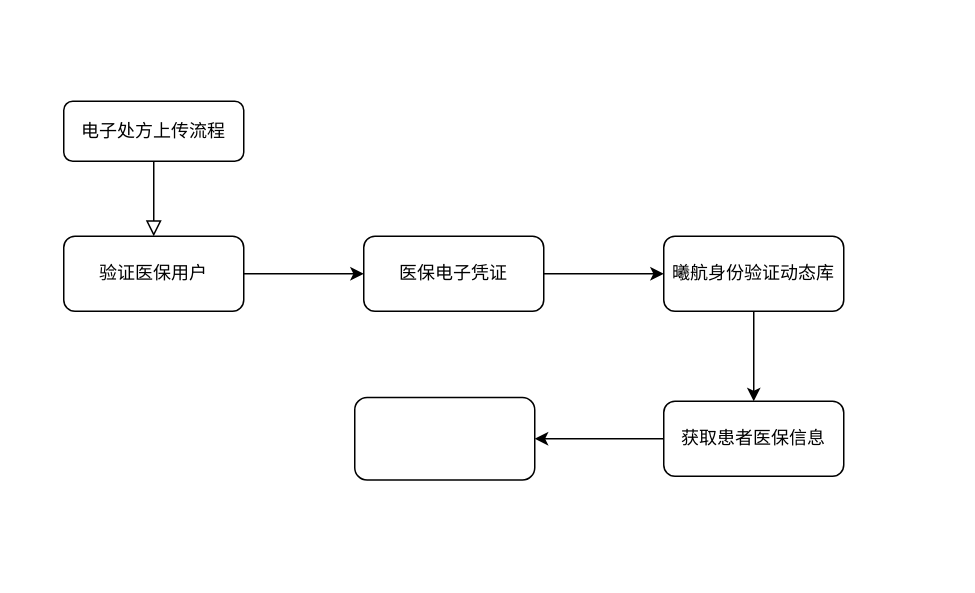
Earlier version of the draw.io diagram 未命名绘图.drawio (XLZF/Blog_Commit). Source tidied: cells renumbered, new cells numbered last; positions are measured from the earlier drawing's top-left corner, leaving out a move shared by most shapes. Both pictures are drawn from the tidied source at 150%, with x=0, y=0 at pixel (63, 100).
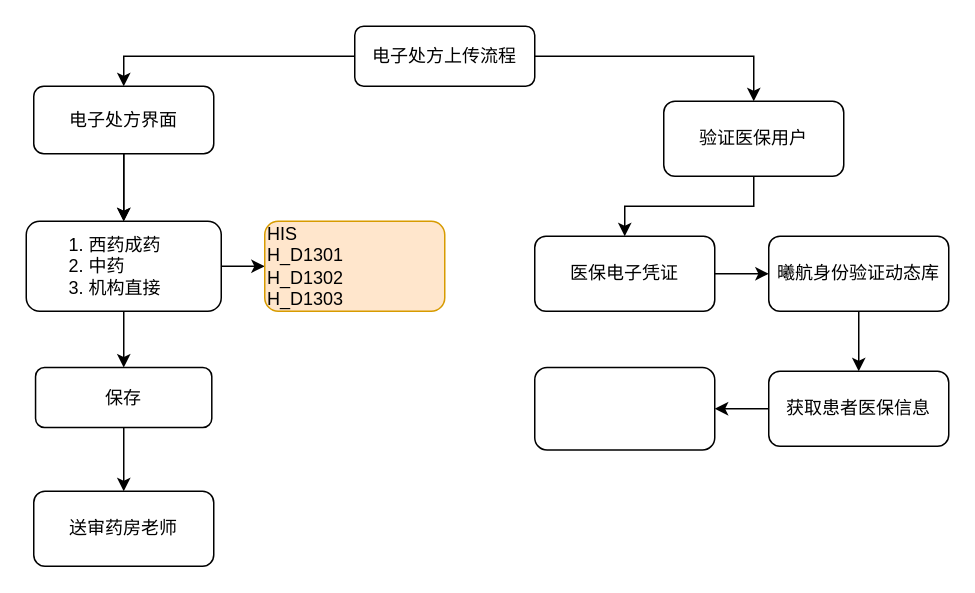
The same page after the edit.

The edit, as a diff of the source:
```diff
@@
-    <mxCell id="2" style="rounded=0;html=1;jettySize=auto;fontSize=11;endArrow=block;endFill=0;endSize=8;strokeWidth=1;shadow=0;labelBackgroundColor=none;edgeStyle=orthogonalEdgeStyle;" parent="1" edge="1" source="3">
-      <mxGeometry relative="1" as="geometry">
-        <mxPoint x="60" y="90" as="targetPoint" />
-      </mxGeometry>
-    </mxCell>
+    <mxCell id="13" style="edgeStyle=orthogonalEdgeStyle;rounded=0;jettySize=auto;html=1;" parent="1" edge="1" source="3" target="5">
+      <mxGeometry relative="1" as="geometry" />
+    </mxCell>
+    <mxCell id="14" style="edgeStyle=orthogonalEdgeStyle;rounded=0;jettySize=auto;html=1;entryX=0.5;entryY=0;entryDx=0;entryDy=0;" parent="1" edge="1" source="3" target="17">
+      <mxGeometry relative="1" as="geometry" />
+    </mxCell>
     <mxCell id="3" value="电子处方上传流程" style="rounded=1;whiteSpace=wrap;html=1;fontSize=12;glass=0;strokeWidth=1;shadow=0;" parent="1" vertex="1">
-      <mxGeometry width="120" height="40" as="geometry" />
+      <mxGeometry x="194" y="-50" width="120" height="40" as="geometry" />
     </mxCell>
@@
     <mxCell id="5" value="验证医保用户" style="rounded=1;whiteSpace=wrap;html=1;" parent="1" vertex="1">
-      <mxGeometry y="90" width="120" height="50" as="geometry" />
+      <mxGeometry x="400" width="120" height="50" as="geometry" />
     </mxCell>
@@
     <mxCell id="7" value="医保电子凭证" style="whiteSpace=wrap;html=1;rounded=1;" parent="1" vertex="1">
-      <mxGeometry x="200" y="90" width="120" height="50" as="geometry" />
+      <mxGeometry x="314" y="90" width="120" height="50" as="geometry" />
     </mxCell>
@@
     <mxCell id="9" value="曦航身份验证动态库" style="whiteSpace=wrap;html=1;rounded=1;" parent="1" vertex="1">
-      <mxGeometry x="400" y="90" width="120" height="50" as="geometry" />
+      <mxGeometry x="470" y="90" width="120" height="50" as="geometry" />
     </mxCell>
@@
     <mxCell id="11" value="获取患者医保信息" style="whiteSpace=wrap;html=1;rounded=1;" parent="1" vertex="1">
-      <mxGeometry x="400" y="200" width="120" height="50" as="geometry" />
+      <mxGeometry x="470" y="180" width="120" height="50" as="geometry" />
     </mxCell>
     <mxCell id="12" style="whiteSpace=wrap;html=1;rounded=1;" parent="1" vertex="1">
-      <mxGeometry x="194" y="197.5" width="120" height="55" as="geometry" />
+      <mxGeometry x="314" y="177.5" width="120" height="55" as="geometry" />
     </mxCell>
+    <mxCell id="15" style="edgeStyle=orthogonalEdgeStyle;rounded=0;jettySize=auto;html=1;" parent="1" edge="1" source="17" target="20">
+      <mxGeometry relative="1" as="geometry" />
+    </mxCell>
+    <mxCell id="16" style="edgeStyle=orthogonalEdgeStyle;rounded=0;jettySize=auto;html=1;" parent="1" edge="1" source="17" target="20">
+      <mxGeometry relative="1" as="geometry" />
+    </mxCell>
+    <mxCell id="17" value="电子处方界面" style="whiteSpace=wrap;html=1;rounded=1;glass=0;strokeWidth=1;shadow=0;" parent="1" vertex="1">
+      <mxGeometry x="-20" y="-10" width="120" height="45" as="geometry" />
+    </mxCell>
+    <mxCell id="18" style="edgeStyle=orthogonalEdgeStyle;rounded=0;jettySize=auto;html=1;" parent="1" edge="1" source="20" target="22">
+      <mxGeometry relative="1" as="geometry" />
+    </mxCell>
+    <mxCell id="19" style="edgeStyle=orthogonalEdgeStyle;rounded=0;jettySize=auto;html=1;" parent="1" edge="1" source="20" target="24">
+      <mxGeometry relative="1" as="geometry" />
+    </mxCell>
+    <mxCell id="20" value="&lt;ol&gt;&lt;li&gt;西药成药&lt;/li&gt;&lt;li&gt;中药&lt;/li&gt;&lt;li style=&quot;&quot;&gt;机构直接&lt;/li&gt;&lt;/ol&gt;" style="whiteSpace=wrap;html=1;rounded=1;glass=0;strokeWidth=1;shadow=0;align=left;" parent="1" vertex="1">
+      <mxGeometry x="-25" y="80" width="130" height="60" as="geometry" />
+    </mxCell>
+    <mxCell id="21" style="edgeStyle=orthogonalEdgeStyle;rounded=0;jettySize=auto;html=1;" parent="1" edge="1" source="22" target="23">
+      <mxGeometry relative="1" as="geometry" />
+    </mxCell>
+    <mxCell id="22" value="保存" style="whiteSpace=wrap;html=1;align=center;rounded=1;glass=0;strokeWidth=1;shadow=0;" parent="1" vertex="1">
+      <mxGeometry x="-18.8" y="177.5" width="117.5" height="40" as="geometry" />
+    </mxCell>
+    <mxCell id="23" value="送审药房老师" style="whiteSpace=wrap;html=1;rounded=1;glass=0;strokeWidth=1;shadow=0;" parent="1" vertex="1">
+      <mxGeometry x="-20" y="260" width="120" height="50" as="geometry" />
+    </mxCell>
+    <mxCell id="24" value="HIS &lt;br&gt;H_D1301&lt;br&gt;H_D1302&lt;br&gt;H_D1303" style="whiteSpace=wrap;html=1;align=left;rounded=1;glass=0;strokeWidth=1;shadow=0;fillColor=#ffe6cc;strokeColor=#d79b00;" parent="1" vertex="1">
+      <mxGeometry x="134" y="80" width="120" height="60" as="geometry" />
+    </mxCell>
```
